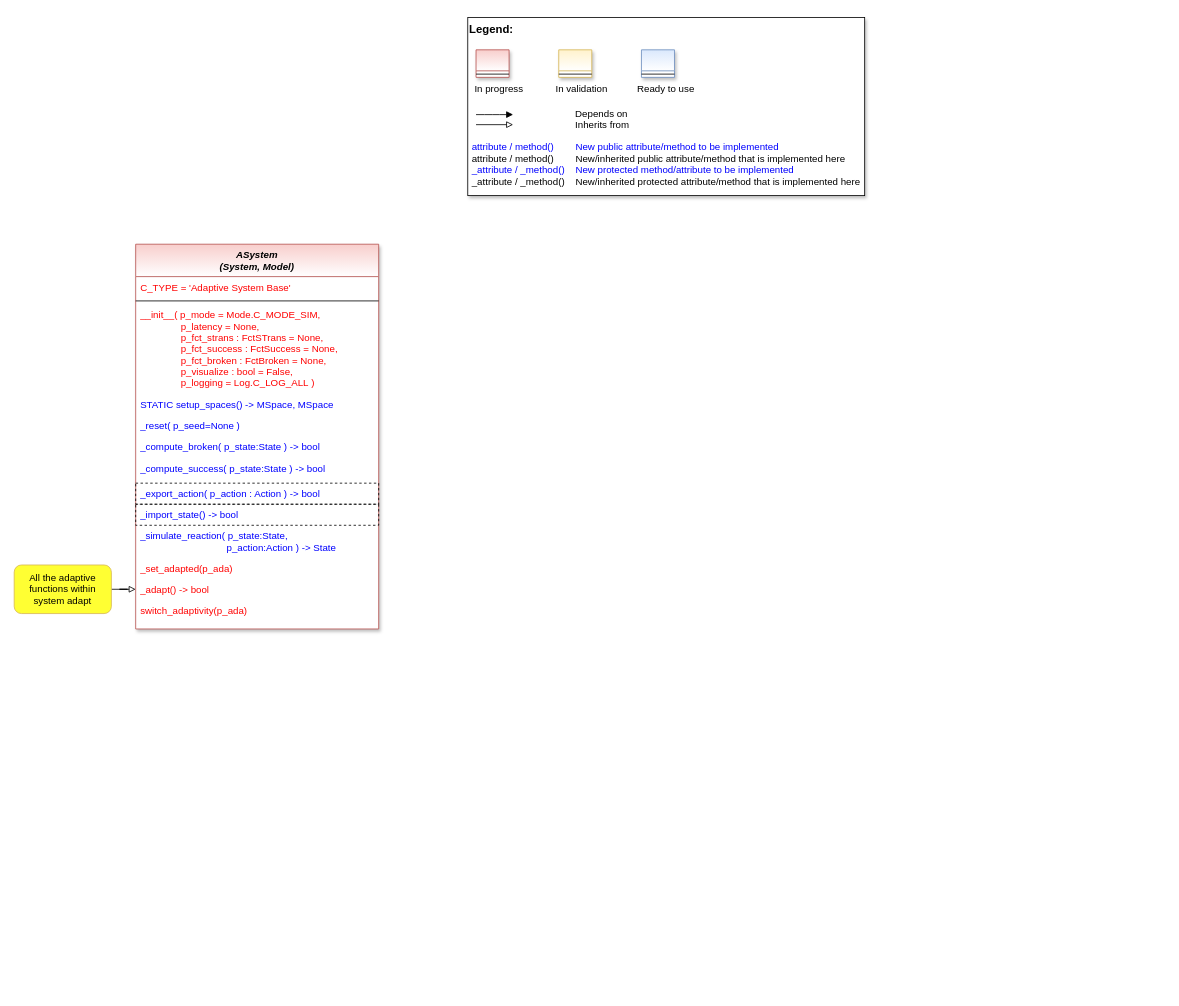
The draw.io diagram doc/rtd/content/04_appendices/appendix2/sub/core/mlpro_bf/layer4_machine_learning/images/MLPro-BF-ML-Systems_class_diagram.drawio in fhswf/MLPro, before the edit. Source tidied: cells renumbered, new cells numbered last; positions are measured from the earlier drawing's top-left corner, leaving out a move shared by most shapes. Both pictures are drawn from the tidied source at 81%, with x=0, y=0 at pixel (14, 17).
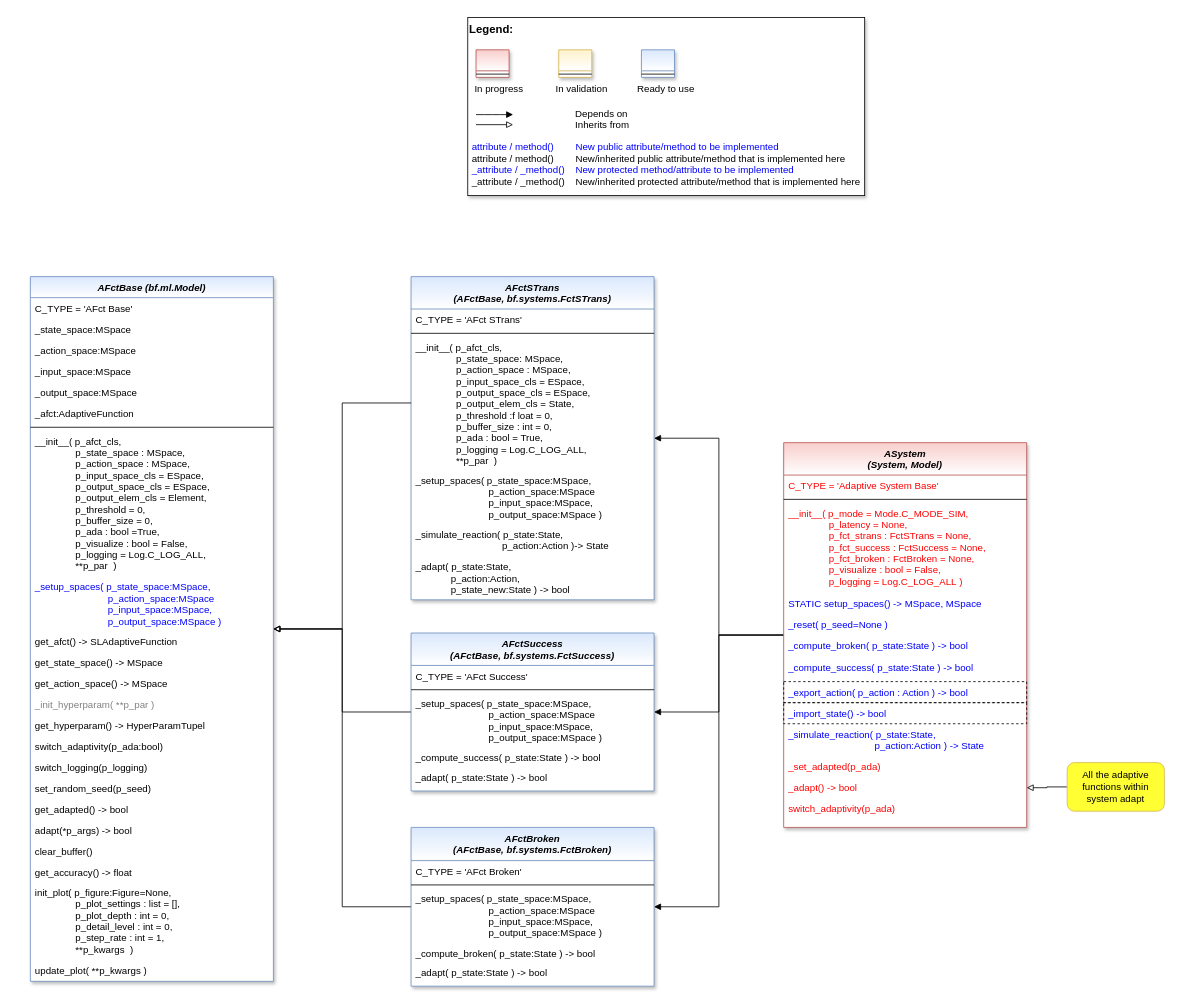
The same diagram, later.

Commit message (it also covers changes not shown here):
BF-ML-Systems: Shifting adaptive functions  #698

Change to the diagram source:
```diff
@@
+    <mxCell id="28" style="edgeStyle=orthogonalEdgeStyle;rounded=0;jettySize=auto;html=1;endArrow=block;endFill=1;" parent="1" edge="1" source="2" target="45">
+      <mxGeometry relative="1" as="geometry" />
+    </mxCell>
+    <mxCell id="29" style="edgeStyle=orthogonalEdgeStyle;rounded=0;jettySize=auto;html=1;endArrow=block;endFill=1;" parent="1" edge="1" source="2" target="32">
+      <mxGeometry relative="1" as="geometry" />
+    </mxCell>
+    <mxCell id="30" style="edgeStyle=orthogonalEdgeStyle;rounded=0;jettySize=auto;html=1;endArrow=block;endFill=1;" parent="1" edge="1" source="2" target="39">
+      <mxGeometry relative="1" as="geometry" />
+    </mxCell>
     <mxCell id="2" value="ASystem&#10;(System, Model)" style="swimlane;fontStyle=3;align=center;verticalAlign=top;horizontal=1;startSize=40;rounded=0;shadow=1;strokeWidth=1;fillColor=#f8cecc;strokeColor=#b85450;swimlaneFillColor=#ffffff;gradientColor=#FFFFFF;" parent="1" vertex="1">
-      <mxGeometry x="150" y="280" width="300" height="475" as="geometry" />
+      <mxGeometry x="950" y="525" width="300" height="475" as="geometry" />
     </mxCell>
@@
     <mxCell id="17" value="All the adaptive functions within system adapt" style="rounded=1;whiteSpace=wrap;html=1;strokeWidth=1;fillColor=#FFFF33;strokeColor=#d6b656;gradientColor=none;" parent="1" vertex="1">
-      <mxGeometry y="676" width="120" height="60" as="geometry" />
+      <mxGeometry x="1300" y="920" width="120" height="60" as="geometry" />
     </mxCell>
@@
+    <mxCell id="31" style="edgeStyle=orthogonalEdgeStyle;rounded=0;jettySize=auto;html=1;endArrow=block;endFill=0;" parent="1" edge="1" source="32" target="52">
+      <mxGeometry relative="1" as="geometry" />
+    </mxCell>
+    <mxCell id="32" value="AFctSuccess &#10;(AFctBase, bf.systems.FctSuccess)" style="swimlane;fontStyle=3;align=center;verticalAlign=top;horizontal=1;startSize=40;rounded=0;shadow=1;strokeWidth=1;fillColor=#dae8fc;strokeColor=#6c8ebf;swimlaneFillColor=#ffffff;gradientColor=#FFFFFF;" parent="1" vertex="1">
+      <mxGeometry x="490" y="760" width="300" height="195" as="geometry" />
+    </mxCell>
+    <mxCell id="33" value="C_TYPE = 'AFct Success'" style="text;align=left;verticalAlign=top;spacingLeft=4;spacingRight=4;overflow=hidden;" parent="32" vertex="1">
+      <mxGeometry y="40" width="300" height="26" as="geometry" />
+    </mxCell>
+    <mxCell id="34" style="line;html=1;strokeWidth=1;align=left;verticalAlign=middle;spacingTop=-1;spacingLeft=3;spacingRight=3;labelPosition=right;" parent="32" vertex="1">
+      <mxGeometry y="66" width="300" height="8" as="geometry" />
+    </mxCell>
+    <mxCell id="35" value="_setup_spaces( p_state_space:MSpace,&#10;                           p_action_space:MSpace&#10;                           p_input_space:MSpace,&#10;                           p_output_space:MSpace )" style="text;align=left;verticalAlign=top;spacingLeft=4;spacingRight=4;overflow=hidden;" parent="32" vertex="1">
+      <mxGeometry y="74" width="300" height="67" as="geometry" />
+    </mxCell>
+    <mxCell id="36" value="_compute_success( p_state:State ) -&gt; bool" style="text;align=left;verticalAlign=top;spacingLeft=4;spacingRight=4;overflow=hidden;" parent="32" vertex="1">
+      <mxGeometry y="141" width="300" height="24" as="geometry" />
+    </mxCell>
+    <mxCell id="37" value="_adapt( p_state:State ) -&gt; bool" style="text;align=left;verticalAlign=top;spacingLeft=4;spacingRight=4;overflow=hidden;" parent="32" vertex="1">
+      <mxGeometry y="165" width="300" height="30" as="geometry" />
+    </mxCell>
+    <mxCell id="38" style="edgeStyle=orthogonalEdgeStyle;rounded=0;jettySize=auto;html=1;endArrow=block;endFill=0;" parent="1" edge="1" source="39" target="52">
+      <mxGeometry relative="1" as="geometry" />
+    </mxCell>
+    <mxCell id="39" value="AFctBroken &#10;(AFctBase, bf.systems.FctBroken)" style="swimlane;fontStyle=3;align=center;verticalAlign=top;horizontal=1;startSize=41;rounded=0;shadow=1;strokeWidth=1;fillColor=#dae8fc;strokeColor=#6c8ebf;swimlaneFillColor=#ffffff;gradientColor=#FFFFFF;" parent="1" vertex="1">
+      <mxGeometry x="490" y="1000" width="300" height="196" as="geometry" />
+    </mxCell>
+    <mxCell id="40" value="C_TYPE = 'AFct Broken'" style="text;align=left;verticalAlign=top;spacingLeft=4;spacingRight=4;overflow=hidden;" parent="39" vertex="1">
+      <mxGeometry y="41" width="300" height="26" as="geometry" />
+    </mxCell>
+    <mxCell id="41" style="line;html=1;strokeWidth=1;align=left;verticalAlign=middle;spacingTop=-1;spacingLeft=3;spacingRight=3;labelPosition=right;" parent="39" vertex="1">
+      <mxGeometry y="67" width="300" height="8" as="geometry" />
+    </mxCell>
+    <mxCell id="42" value="_setup_spaces( p_state_space:MSpace,&#10;                           p_action_space:MSpace&#10;                           p_input_space:MSpace,&#10;                           p_output_space:MSpace )" style="text;align=left;verticalAlign=top;spacingLeft=4;spacingRight=4;overflow=hidden;" parent="39" vertex="1">
+      <mxGeometry y="75" width="300" height="67" as="geometry" />
+    </mxCell>
+    <mxCell id="43" value="_compute_broken( p_state:State ) -&gt; bool" style="text;align=left;verticalAlign=top;spacingLeft=4;spacingRight=4;overflow=hidden;" parent="39" vertex="1">
+      <mxGeometry y="142" width="300" height="24" as="geometry" />
+    </mxCell>
+    <mxCell id="44" value="_adapt( p_state:State ) -&gt; bool" style="text;align=left;verticalAlign=top;spacingLeft=4;spacingRight=4;overflow=hidden;" parent="39" vertex="1">
+      <mxGeometry y="166" width="300" height="30" as="geometry" />
+    </mxCell>
+    <mxCell id="45" value="AFctSTrans &#10;(AFctBase, bf.systems.FctSTrans)" style="swimlane;fontStyle=3;align=center;verticalAlign=top;horizontal=1;startSize=40;rounded=0;shadow=1;strokeWidth=1;fillColor=#dae8fc;strokeColor=#6c8ebf;swimlaneFillColor=#ffffff;gradientColor=#FFFFFF;" parent="1" vertex="1">
+      <mxGeometry x="490" y="320" width="300" height="399" as="geometry" />
+    </mxCell>
+    <mxCell id="46" value="C_TYPE = 'AFct STrans'" style="text;align=left;verticalAlign=top;spacingLeft=4;spacingRight=4;overflow=hidden;" parent="45" vertex="1">
+      <mxGeometry y="40" width="300" height="26" as="geometry" />
+    </mxCell>
+    <mxCell id="47" style="line;html=1;strokeWidth=1;align=left;verticalAlign=middle;spacingTop=-1;spacingLeft=3;spacingRight=3;labelPosition=right;" parent="45" vertex="1">
+      <mxGeometry y="66" width="300" height="8" as="geometry" />
+    </mxCell>
+    <mxCell id="48" value="__init__( p_afct_cls,&#10;               p_state_space: MSpace,&#10;               p_action_space : MSpace,&#10;               p_input_space_cls = ESpace,&#10;               p_output_space_cls = ESpace,&#10;               p_output_elem_cls = State,&#10;               p_threshold :f loat = 0,&#10;               p_buffer_size : int = 0,&#10;               p_ada : bool = True, &#10;               p_logging = Log.C_LOG_ALL,&#10;               **p_par  )" style="text;align=left;verticalAlign=top;spacingLeft=4;spacingRight=4;overflow=hidden;points=[[0,0.5],[1,0.5]];portConstraint=eastwest;" parent="45" vertex="1">
+      <mxGeometry y="74" width="300" height="164" as="geometry" />
+    </mxCell>
+    <mxCell id="49" value="_setup_spaces( p_state_space:MSpace,&#10;                           p_action_space:MSpace&#10;                           p_input_space:MSpace,&#10;                           p_output_space:MSpace )" style="text;align=left;verticalAlign=top;spacingLeft=4;spacingRight=4;overflow=hidden;" parent="45" vertex="1">
+      <mxGeometry y="238" width="300" height="67" as="geometry" />
+    </mxCell>
+    <mxCell id="50" value="_simulate_reaction( p_state:State, &#10;                                p_action:Action )-&gt; State" style="text;align=left;verticalAlign=top;spacingLeft=4;spacingRight=4;overflow=hidden;" parent="45" vertex="1">
+      <mxGeometry y="305" width="300" height="40" as="geometry" />
+    </mxCell>
+    <mxCell id="51" value="_adapt( p_state:State, &#10;             p_action:Action,&#10;             p_state_new:State ) -&gt; bool" style="text;align=left;verticalAlign=top;spacingLeft=4;spacingRight=4;overflow=hidden;" parent="45" vertex="1">
+      <mxGeometry y="345" width="300" height="54" as="geometry" />
+    </mxCell>
+    <mxCell id="52" value="AFctBase (bf.ml.Model)" style="swimlane;fontStyle=3;align=center;verticalAlign=top;horizontal=1;startSize=26;rounded=0;shadow=1;strokeWidth=1;fillColor=#dae8fc;strokeColor=#6c8ebf;swimlaneFillColor=#ffffff;gradientColor=#FFFFFF;" parent="1" vertex="1">
+      <mxGeometry x="20" y="320" width="300" height="870" as="geometry" />
+    </mxCell>
+    <mxCell id="53" value="C_TYPE = 'AFct Base'" style="text;align=left;verticalAlign=top;spacingLeft=4;spacingRight=4;overflow=hidden;" parent="52" vertex="1">
+      <mxGeometry y="26" width="300" height="26" as="geometry" />
+    </mxCell>
+    <mxCell id="54" value="_state_space:MSpace" style="text;align=left;verticalAlign=top;spacingLeft=4;spacingRight=4;overflow=hidden;" parent="52" vertex="1">
+      <mxGeometry y="52" width="300" height="26" as="geometry" />
+    </mxCell>
+    <mxCell id="55" value="_action_space:MSpace" style="text;align=left;verticalAlign=top;spacingLeft=4;spacingRight=4;overflow=hidden;" parent="52" vertex="1">
+      <mxGeometry y="78" width="300" height="26" as="geometry" />
+    </mxCell>
+    <mxCell id="56" value="_input_space:MSpace" style="text;align=left;verticalAlign=top;spacingLeft=4;spacingRight=4;overflow=hidden;" parent="52" vertex="1">
+      <mxGeometry y="104" width="300" height="26" as="geometry" />
+    </mxCell>
+    <mxCell id="57" value="_output_space:MSpace" style="text;align=left;verticalAlign=top;spacingLeft=4;spacingRight=4;overflow=hidden;" parent="52" vertex="1">
+      <mxGeometry y="130" width="300" height="26" as="geometry" />
+    </mxCell>
+    <mxCell id="58" value="_afct:AdaptiveFunction" style="text;align=left;verticalAlign=top;spacingLeft=4;spacingRight=4;overflow=hidden;" parent="52" vertex="1">
+      <mxGeometry y="156" width="300" height="26" as="geometry" />
+    </mxCell>
+    <mxCell id="59" style="line;html=1;strokeWidth=1;align=left;verticalAlign=middle;spacingTop=-1;spacingLeft=3;spacingRight=3;labelPosition=right;" parent="52" vertex="1">
+      <mxGeometry y="182" width="300" height="8" as="geometry" />
+    </mxCell>
+    <mxCell id="60" value="__init__( p_afct_cls,&#10;               p_state_space : MSpace,&#10;               p_action_space : MSpace,&#10;               p_input_space_cls = ESpace,&#10;               p_output_space_cls = ESpace,&#10;               p_output_elem_cls = Element,&#10;               p_threshold = 0,&#10;               p_buffer_size = 0,&#10;               p_ada : bool =True, &#10;               p_visualize : bool = False,&#10;               p_logging = Log.C_LOG_ALL,&#10;               **p_par  )" style="text;align=left;verticalAlign=top;spacingLeft=4;spacingRight=4;overflow=hidden;" parent="52" vertex="1">
+      <mxGeometry y="190" width="300" height="180" as="geometry" />
+    </mxCell>
+    <mxCell id="61" value="_setup_spaces( p_state_space:MSpace,&#10;                           p_action_space:MSpace&#10;                           p_input_space:MSpace,&#10;                           p_output_space:MSpace )" style="text;align=left;verticalAlign=top;spacingLeft=4;spacingRight=4;overflow=hidden;fontColor=#0000FF;" parent="52" vertex="1">
+      <mxGeometry y="370" width="300" height="67" as="geometry" />
+    </mxCell>
+    <mxCell id="62" value="get_afct() -&gt; SLAdaptiveFunction" style="text;align=left;verticalAlign=top;spacingLeft=4;spacingRight=4;overflow=hidden;fontColor=default;" parent="52" vertex="1">
+      <mxGeometry y="437" width="300" height="26" as="geometry" />
+    </mxCell>
+    <mxCell id="63" value="get_state_space() -&gt; MSpace" style="text;align=left;verticalAlign=top;spacingLeft=4;spacingRight=4;overflow=hidden;" parent="52" vertex="1">
+      <mxGeometry y="463" width="300" height="26" as="geometry" />
+    </mxCell>
+    <mxCell id="64" value="get_action_space() -&gt; MSpace" style="text;align=left;verticalAlign=top;spacingLeft=4;spacingRight=4;overflow=hidden;" parent="52" vertex="1">
+      <mxGeometry y="489" width="300" height="26" as="geometry" />
+    </mxCell>
+    <mxCell id="65" value="_init_hyperparam( **p_par )" style="text;align=left;verticalAlign=top;spacingLeft=4;spacingRight=4;overflow=hidden;fontColor=#808080;" parent="52" vertex="1">
+      <mxGeometry y="515" width="300" height="26" as="geometry" />
+    </mxCell>
+    <mxCell id="66" value="get_hyperparam() -&gt; HyperParamTupel" style="text;align=left;verticalAlign=top;spacingLeft=4;spacingRight=4;overflow=hidden;" parent="52" vertex="1">
+      <mxGeometry y="541" width="300" height="26" as="geometry" />
+    </mxCell>
+    <mxCell id="67" value="switch_adaptivity(p_ada:bool)" style="text;align=left;verticalAlign=top;spacingLeft=4;spacingRight=4;overflow=hidden;" parent="52" vertex="1">
+      <mxGeometry y="567" width="300" height="26" as="geometry" />
+    </mxCell>
+    <mxCell id="68" value="switch_logging(p_logging)" style="text;align=left;verticalAlign=top;spacingLeft=4;spacingRight=4;overflow=hidden;" parent="52" vertex="1">
+      <mxGeometry y="593" width="300" height="26" as="geometry" />
+    </mxCell>
+    <mxCell id="69" value="set_random_seed(p_seed)" style="text;align=left;verticalAlign=top;spacingLeft=4;spacingRight=4;overflow=hidden;" parent="52" vertex="1">
+      <mxGeometry y="619" width="300" height="26" as="geometry" />
+    </mxCell>
+    <mxCell id="70" value="get_adapted() -&gt; bool" style="text;align=left;verticalAlign=top;spacingLeft=4;spacingRight=4;overflow=hidden;" parent="52" vertex="1">
+      <mxGeometry y="645" width="300" height="26" as="geometry" />
+    </mxCell>
+    <mxCell id="71" value="adapt(*p_args) -&gt; bool" style="text;align=left;verticalAlign=top;spacingLeft=4;spacingRight=4;overflow=hidden;" parent="52" vertex="1">
+      <mxGeometry y="671" width="300" height="26" as="geometry" />
+    </mxCell>
+    <mxCell id="72" value="clear_buffer()" style="text;align=left;verticalAlign=top;spacingLeft=4;spacingRight=4;overflow=hidden;" parent="52" vertex="1">
+      <mxGeometry y="697" width="300" height="26" as="geometry" />
+    </mxCell>
+    <mxCell id="73" value="get_accuracy() -&gt; float" style="text;align=left;verticalAlign=top;spacingLeft=4;spacingRight=4;overflow=hidden;" parent="52" vertex="1">
+      <mxGeometry y="723" width="300" height="24" as="geometry" />
+    </mxCell>
+    <mxCell id="74" value="init_plot( p_figure:Figure=None, &#10;               p_plot_settings : list = [],&#10;               p_plot_depth : int = 0,&#10;               p_detail_level : int = 0,&#10;               p_step_rate : int = 1,&#10;               **p_kwargs  )" style="text;align=left;verticalAlign=top;spacingLeft=4;spacingRight=4;overflow=hidden;fontColor=default;" parent="52" vertex="1">
+      <mxGeometry y="747" width="300" height="96" as="geometry" />
+    </mxCell>
+    <mxCell id="75" value="update_plot( **p_kwargs )" style="text;align=left;verticalAlign=top;spacingLeft=4;spacingRight=4;overflow=hidden;" parent="52" vertex="1">
+      <mxGeometry y="843" width="300" height="26" as="geometry" />
+    </mxCell>
+    <mxCell id="76" style="edgeStyle=orthogonalEdgeStyle;rounded=0;jettySize=auto;html=1;endArrow=block;endFill=0;" parent="1" edge="1" source="48" target="52">
+      <mxGeometry relative="1" as="geometry" />
+    </mxCell>
```
